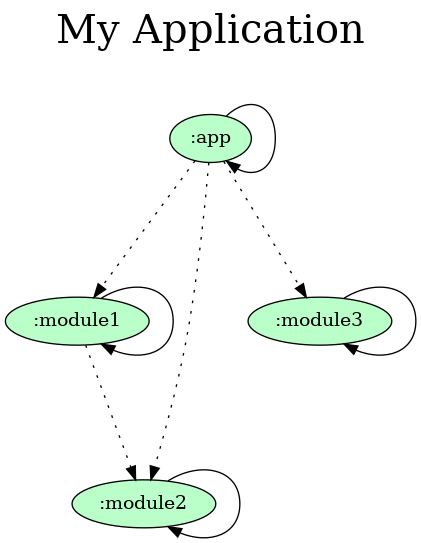
The Graphviz diagram gradle/dependency-graph/project.dot.png in alexaccandr/test_graph, before a commit. Its source is kept beside it as gradle/dependency-graph/project.dot.
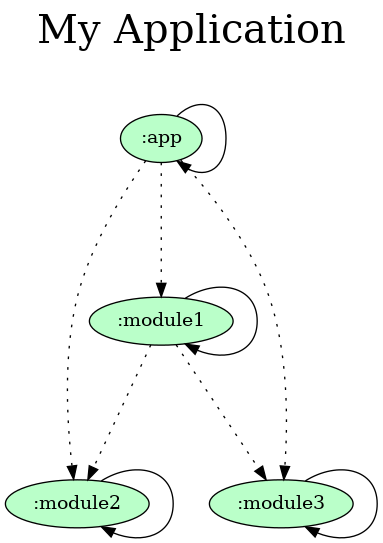
The same diagram one commit later.

Commit message:
Update dependency graph

The edit, as a diff of the source:
```diff
@@ -20,6 +20,7 @@
   ":app" -> ":module3" [style=dotted]
   ":module1" -> ":module1"
   ":module1" -> ":module2" [style=dotted]
+  ":module1" -> ":module3" [style=dotted]
   ":module2" -> ":module2"
   ":module3" -> ":module3"
 }
```
